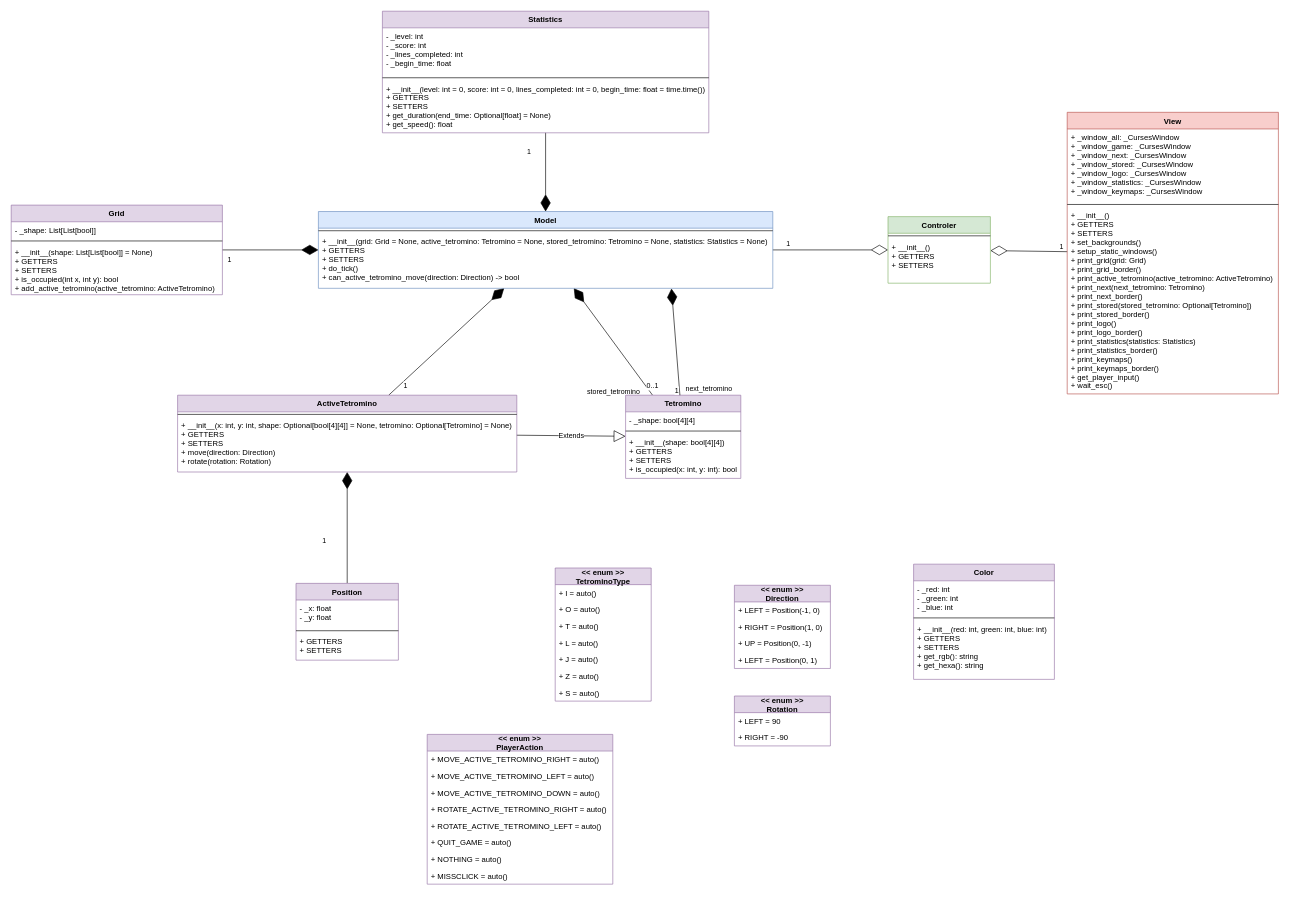
Above: informations/class diagram.drawio in le-chartreux/Tertris (draw.io), before the change. Source tidied: cells renumbered, new cells numbered last; positions are measured from the earlier drawing's top-left corner, leaving out a move shared by most shapes. Both pictures are drawn from the tidied source at 64%, with x=0, y=0 at pixel (11, 11).
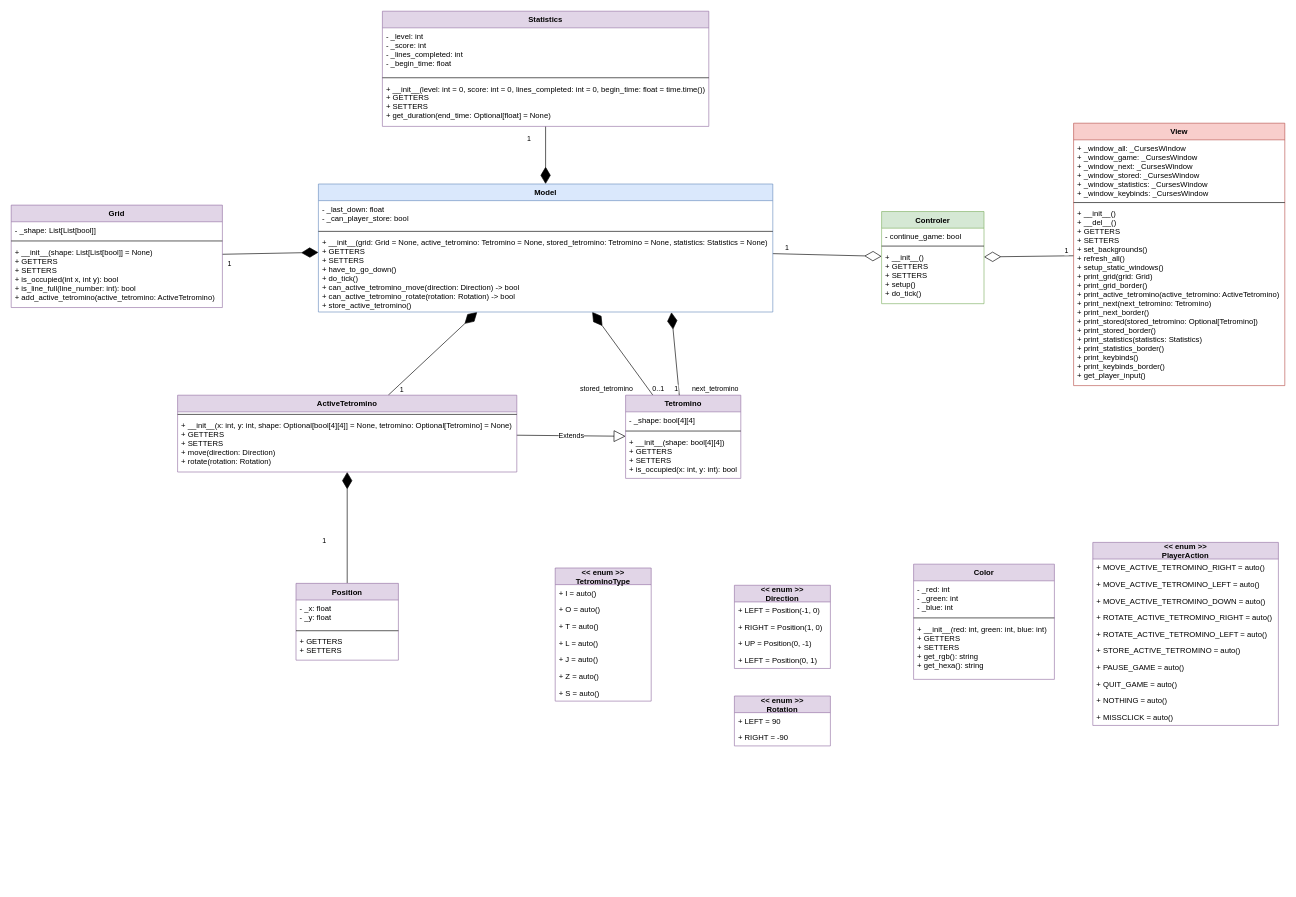
The same page after the edit.

Unchanged cells that the change refers to:
```xml
<mxCell id="6" style="endArrow=diamondThin;endFill=1;endSize=24;html=1;" parent="1" edge="1" source="18" target="57">
  <mxGeometry relative="1" as="geometry" />
</mxCell>
<mxCell id="60" style="endArrow=diamondThin;endFill=1;endSize=24;html=1;entryX=0.777;entryY=1.004;entryDx=0;entryDy=0;entryPerimeter=0;" parent="1" edge="1" source="18" target="59">
  <mxGeometry relative="1" as="geometry" />
</mxCell>
```

Change to the diagram source:
```diff
@@
     <mxCell id="7" value="stored_tetromino" style="edgeLabel;html=1;align=center;verticalAlign=middle;" parent="6" vertex="1">
       <mxGeometry x="-0.53" relative="1" as="geometry">
-        <mxPoint x="-32.8" y="32.7" as="offset" />
+        <mxPoint x="-50.4" y="20.5" as="offset" />
       </mxGeometry>
     </mxCell>
     <mxCell id="8" value="0..1" style="edgeLabel;html=1;align=center;verticalAlign=middle;" parent="6" vertex="1">
       <mxGeometry x="-0.38" y="-1" relative="1" as="geometry">
-        <mxPoint x="36.4" y="37.2" as="offset" />
+        <mxPoint x="36.4" y="30.8" as="offset" />
       </mxGeometry>
     </mxCell>
@@
     <mxCell id="11" value="Statistics" style="swimlane;fontStyle=1;align=center;verticalAlign=top;horizontal=1;startSize=26;fillColor=#e1d5e7;strokeColor=#9673a6;" parent="1" vertex="1">
-      <mxGeometry x="580" width="510" height="190" as="geometry" />
+      <mxGeometry x="580" width="510" height="180" as="geometry" />
     </mxCell>
@@
-    <mxCell id="14" value="+ __init__(level: int = 0, score: int = 0, lines_completed: int = 0, begin_time: float = time.time())&#10;+ GETTERS&#10;+ SETTERS&#10;+ get_duration(end_time: Optional[float] = None)&#10;+ get_speed(): float" style="text;strokeColor=none;fillColor=none;align=left;verticalAlign=top;spacingLeft=4;spacingRight=4;overflow=hidden;" parent="11" vertex="1">
-      <mxGeometry y="108" width="510" height="82" as="geometry" />
+    <mxCell id="14" value="+ __init__(level: int = 0, score: int = 0, lines_completed: int = 0, begin_time: float = time.time())&#10;+ GETTERS&#10;+ SETTERS&#10;+ get_duration(end_time: Optional[float] = None)" style="text;strokeColor=none;fillColor=none;align=left;verticalAlign=top;spacingLeft=4;spacingRight=4;overflow=hidden;" parent="11" vertex="1">
+      <mxGeometry y="108" width="510" height="72" as="geometry" />
     </mxCell>
@@
     <mxCell id="50" value="Grid" style="swimlane;fontStyle=1;align=center;verticalAlign=top;horizontal=1;startSize=26;fillColor=#e1d5e7;strokeColor=#9673a6;" parent="1" vertex="1">
-      <mxGeometry y="303" width="330" height="140" as="geometry" />
+      <mxGeometry y="303" width="330" height="160" as="geometry" />
     </mxCell>
@@
-    <mxCell id="53" value="+ __init__(shape: List[List[bool]] = None)&#10;+ GETTERS&#10;+ SETTERS&#10;+ is_occupied(int x, int y): bool&#10;+ add_active_tetromino(active_tetromino: ActiveTetromino)" style="text;strokeColor=none;fillColor=none;align=left;verticalAlign=top;spacingLeft=4;spacingRight=4;overflow=hidden;" parent="50" vertex="1">
-      <mxGeometry y="60" width="330" height="80" as="geometry" />
+    <mxCell id="53" value="+ __init__(shape: List[List[bool]] = None)&#10;+ GETTERS&#10;+ SETTERS&#10;+ is_occupied(int x, int y): bool&#10;+ is_line_full(line_number: int): bool&#10;+ add_active_tetromino(active_tetromino: ActiveTetromino)" style="text;strokeColor=none;fillColor=none;align=left;verticalAlign=top;spacingLeft=4;spacingRight=4;overflow=hidden;" parent="50" vertex="1">
+      <mxGeometry y="60" width="330" height="100" as="geometry" />
     </mxCell>
@@
-    <mxCell id="57" value="Model" style="swimlane;fontStyle=1;align=center;verticalAlign=top;horizontal=1;startSize=26;fillColor=#dae8fc;strokeColor=#6c8ebf;" parent="1" vertex="1">
-      <mxGeometry x="480" y="313" width="710" height="120" as="geometry" />
-    </mxCell>
-    <mxCell id="58" style="line;strokeWidth=1;fillColor=none;align=left;verticalAlign=middle;spacingTop=-1;spacingLeft=3;spacingRight=3;labelPosition=right;" parent="57" vertex="1">
-      <mxGeometry y="26" width="710" height="8" as="geometry" />
-    </mxCell>
-    <mxCell id="59" value="+ __init__(grid: Grid = None, active_tetromino: Tetromino = None, stored_tetromino: Tetromino = None, statistics: Statistics = None)&#10;+ GETTERS&#10;+ SETTERS&#10;+ do_tick()&#10;+ can_active_tetromino_move(direction: Direction) -&gt; bool" style="text;strokeColor=none;fillColor=none;align=left;verticalAlign=top;spacingLeft=4;spacingRight=4;overflow=hidden;points=[[0,0.5],[1,0.5]];portConstraint=eastwest;" parent="57" vertex="1">
-      <mxGeometry y="34" width="710" height="86" as="geometry" />
-    </mxCell>
@@
     <mxCell id="61" value="1" style="edgeLabel;html=1;align=center;verticalAlign=middle;" parent="60" vertex="1">
       <mxGeometry x="-0.7" relative="1" as="geometry">
-        <mxPoint x="-3.2" y="17.4" as="offset" />
+        <mxPoint x="-3.2" y="9.3" as="offset" />
       </mxGeometry>
     </mxCell>
     <mxCell id="62" value="next_tetromino" style="edgeLabel;html=1;align=center;verticalAlign=middle;" parent="60" vertex="1">
       <mxGeometry x="-0.53" relative="1" as="geometry">
-        <mxPoint x="48" y="28.5" as="offset" />
+        <mxPoint x="59" y="20.1" as="offset" />
       </mxGeometry>
     </mxCell>
     <mxCell id="63" value="Controler" style="swimlane;fontStyle=1;align=center;verticalAlign=top;horizontal=1;startSize=26;fillColor=#d5e8d4;strokeColor=#82b366;" parent="1" vertex="1">
-      <mxGeometry x="1370" y="321" width="160" height="104" as="geometry" />
+      <mxGeometry x="1360" y="313" width="160" height="144" as="geometry" />
     </mxCell>
+    <mxCell id="79" value="- continue_game: bool" style="text;strokeColor=none;fillColor=none;align=left;verticalAlign=top;spacingLeft=4;spacingRight=4;overflow=hidden;" parent="63" vertex="1">
+      <mxGeometry y="26" width="160" height="24" as="geometry" />
+    </mxCell>
     <mxCell id="64" style="line;strokeWidth=1;fillColor=none;align=left;verticalAlign=middle;spacingTop=-1;spacingLeft=3;spacingRight=3;labelPosition=right;" parent="63" vertex="1">
-      <mxGeometry y="26" width="160" height="8" as="geometry" />
+      <mxGeometry y="50" width="160" height="8" as="geometry" />
     </mxCell>
-    <mxCell id="65" value="+ __init__()&#10;+ GETTERS&#10;+ SETTERS" style="text;strokeColor=none;fillColor=none;align=left;verticalAlign=top;spacingLeft=4;spacingRight=4;overflow=hidden;" parent="63" vertex="1">
-      <mxGeometry y="34" width="160" height="70" as="geometry" />
+    <mxCell id="65" value="+ __init__()&#10;+ GETTERS&#10;+ SETTERS&#10;+ setup()&#10;+ do_tick()" style="text;strokeColor=none;fillColor=none;align=left;verticalAlign=top;spacingLeft=4;spacingRight=4;overflow=hidden;" parent="63" vertex="1">
+      <mxGeometry y="58" width="160" height="86" as="geometry" />
     </mxCell>
+    <mxCell id="57" value="Model" style="swimlane;fontStyle=1;align=center;verticalAlign=top;horizontal=1;startSize=26;fillColor=#dae8fc;strokeColor=#6c8ebf;" parent="1" vertex="1">
+      <mxGeometry x="480" y="270" width="710" height="200" as="geometry" />
+    </mxCell>
+    <mxCell id="80" value="- _last_down: float&#10;- _can_player_store: bool" style="text;strokeColor=none;fillColor=none;align=left;verticalAlign=top;spacingLeft=4;spacingRight=4;overflow=hidden;" parent="57" vertex="1">
+      <mxGeometry y="26" width="710" height="44" as="geometry" />
+    </mxCell>
+    <mxCell id="58" style="line;strokeWidth=1;fillColor=none;align=left;verticalAlign=middle;spacingTop=-1;spacingLeft=3;spacingRight=3;labelPosition=right;" parent="57" vertex="1">
+      <mxGeometry y="70" width="710" height="8" as="geometry" />
+    </mxCell>
+    <mxCell id="59" value="+ __init__(grid: Grid = None, active_tetromino: Tetromino = None, stored_tetromino: Tetromino = None, statistics: Statistics = None)&#10;+ GETTERS&#10;+ SETTERS&#10;+ have_to_go_down()&#10;+ do_tick()&#10;+ can_active_tetromino_move(direction: Direction) -&gt; bool&#10;+ can_active_tetromino_rotate(rotation: Rotation) -&gt; bool&#10;+ store_active_tetromino()" style="text;strokeColor=none;fillColor=none;align=left;verticalAlign=top;spacingLeft=4;spacingRight=4;overflow=hidden;points=[[0,0.5],[1,0.5]];portConstraint=eastwest;" parent="57" vertex="1">
+      <mxGeometry y="78" width="710" height="122" as="geometry" />
+    </mxCell>
     <mxCell id="66" value="View" style="swimlane;fontStyle=1;align=center;verticalAlign=top;horizontal=1;startSize=26;fillColor=#f8cecc;strokeColor=#b85450;" parent="1" vertex="1">
-      <mxGeometry x="1650" y="158" width="330" height="440" as="geometry" />
+      <mxGeometry x="1660" y="175" width="330" height="410" as="geometry" />
     </mxCell>
-    <mxCell id="67" value="+ _window_all: _CursesWindow&#10;+ _window_game: _CursesWindow&#10;+ _window_next: _CursesWindow&#10;+ _window_stored: _CursesWindow&#10;+ _window_logo: _CursesWindow&#10;+ _window_statistics: _CursesWindow&#10;+ _window_keymaps: _CursesWindow" style="text;strokeColor=none;fillColor=none;align=left;verticalAlign=top;spacingLeft=4;spacingRight=4;overflow=hidden;" parent="66" vertex="1">
-      <mxGeometry y="26" width="330" height="114" as="geometry" />
+    <mxCell id="67" value="+ _window_all: _CursesWindow&#10;+ _window_game: _CursesWindow&#10;+ _window_next: _CursesWindow&#10;+ _window_stored: _CursesWindow&#10;+ _window_statistics: _CursesWindow&#10;+ _window_keybinds: _CursesWindow" style="text;strokeColor=none;fillColor=none;align=left;verticalAlign=top;spacingLeft=4;spacingRight=4;overflow=hidden;" parent="66" vertex="1">
+      <mxGeometry y="26" width="330" height="94" as="geometry" />
     </mxCell>
     <mxCell id="68" style="line;strokeWidth=1;fillColor=none;align=left;verticalAlign=middle;spacingTop=-1;spacingLeft=3;spacingRight=3;labelPosition=right;" parent="66" vertex="1">
-      <mxGeometry y="140" width="330" height="8" as="geometry" />
+      <mxGeometry y="120" width="330" height="8" as="geometry" />
     </mxCell>
-    <mxCell id="69" value="+ __init__()&#10;+ GETTERS&#10;+ SETTERS&#10;+ set_backgrounds()&#10;+ setup_static_windows()&#10;+ print_grid(grid: Grid)&#10;+ print_grid_border()&#10;+ print_active_tetromino(active_tetromino: ActiveTetromino)&#10;+ print_next(next_tetromino: Tetromino)&#10;+ print_next_border()&#10;+ print_stored(stored_tetromino: Optional[Tetromino])&#10;+ print_stored_border()&#10;+ print_logo()&#10;+ print_logo_border()&#10;+ print_statistics(statistics: Statistics)&#10;+ print_statistics_border()&#10;+ print_keymaps()&#10;+ print_keymaps_border()&#10;+ get_player_input()&#10;+ wait_esc()" style="text;strokeColor=none;fillColor=none;align=left;verticalAlign=top;spacingLeft=4;spacingRight=4;overflow=hidden;" parent="66" vertex="1">
-      <mxGeometry y="148" width="330" height="292" as="geometry" />
+    <mxCell id="69" value="+ __init__()&#10;+ __del__()&#10;+ GETTERS&#10;+ SETTERS&#10;+ set_backgrounds()&#10;+ refresh_all()&#10;+ setup_static_windows()&#10;+ print_grid(grid: Grid)&#10;+ print_grid_border()&#10;+ print_active_tetromino(active_tetromino: ActiveTetromino)&#10;+ print_next(next_tetromino: Tetromino)&#10;+ print_next_border()&#10;+ print_stored(stored_tetromino: Optional[Tetromino])&#10;+ print_stored_border()&#10;+ print_statistics(statistics: Statistics)&#10;+ print_statistics_border()&#10;+ print_keybinds()&#10;+ print_keybinds_border()&#10;+ get_player_input()" style="text;strokeColor=none;fillColor=none;align=left;verticalAlign=top;spacingLeft=4;spacingRight=4;overflow=hidden;" parent="66" vertex="1">
+      <mxGeometry y="128" width="330" height="282" as="geometry" />
     </mxCell>
     <mxCell id="70" value="&lt;&lt; enum &gt;&gt;&#10;PlayerAction" style="swimlane;fontStyle=1;horizontal=1;startSize=26;fillColor=#e1d5e7;rounded=0;strokeColor=#9673a6;" parent="1" vertex="1">
-      <mxGeometry x="650" y="1130" width="290" height="234" as="geometry" />
+      <mxGeometry x="1690" y="830" width="290" height="286" as="geometry" />
     </mxCell>
@@
+    <mxCell id="81" value="+ STORE_ACTIVE_TETROMINO = auto()" style="text;strokeColor=none;fillColor=none;align=left;verticalAlign=top;spacingLeft=4;spacingRight=4;overflow=hidden;" parent="70" vertex="1">
+      <mxGeometry y="156" width="290" height="26" as="geometry" />
+    </mxCell>
+    <mxCell id="82" value="+ PAUSE_GAME = auto()" style="text;strokeColor=none;fillColor=none;align=left;verticalAlign=top;spacingLeft=4;spacingRight=4;overflow=hidden;" parent="70" vertex="1">
+      <mxGeometry y="182" width="290" height="26" as="geometry" />
+    </mxCell>
     <mxCell id="76" value="+ QUIT_GAME = auto()" style="text;strokeColor=none;fillColor=none;align=left;verticalAlign=top;spacingLeft=4;spacingRight=4;overflow=hidden;" parent="70" vertex="1">
-      <mxGeometry y="156" width="290" height="26" as="geometry" />
+      <mxGeometry y="208" width="290" height="26" as="geometry" />
     </mxCell>
     <mxCell id="77" value="+ NOTHING = auto()" style="text;strokeColor=none;fillColor=none;align=left;verticalAlign=top;spacingLeft=4;spacingRight=4;overflow=hidden;" parent="70" vertex="1">
-      <mxGeometry y="182" width="290" height="26" as="geometry" />
+      <mxGeometry y="234" width="290" height="26" as="geometry" />
     </mxCell>
     <mxCell id="78" value="+ MISSCLICK = auto()" style="text;strokeColor=none;fillColor=none;align=left;verticalAlign=top;spacingLeft=4;spacingRight=4;overflow=hidden;" parent="70" vertex="1">
-      <mxGeometry y="208" width="290" height="26" as="geometry" />
+      <mxGeometry y="260" width="290" height="26" as="geometry" />
     </mxCell>
```
